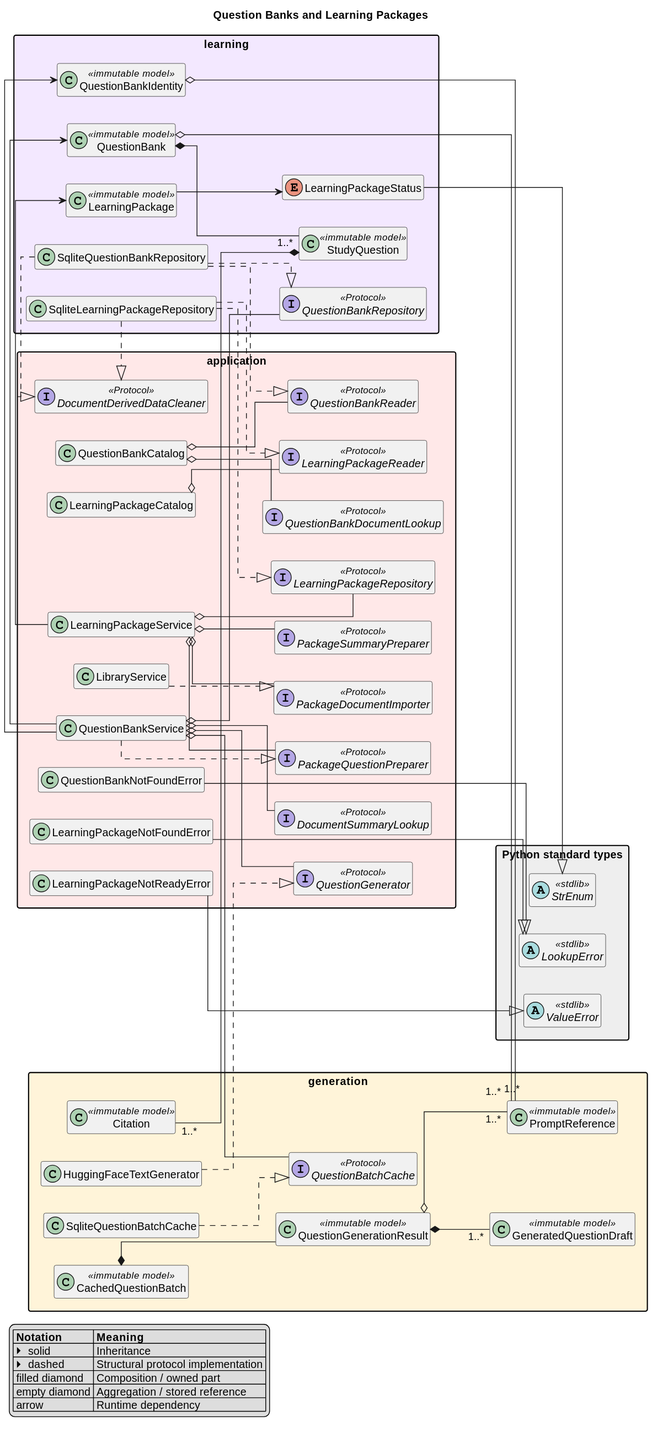
The PlantUML diagram docs/diagrams/question-banks-packages.svg in ebe542/rag-learning-assistant, before a commit.
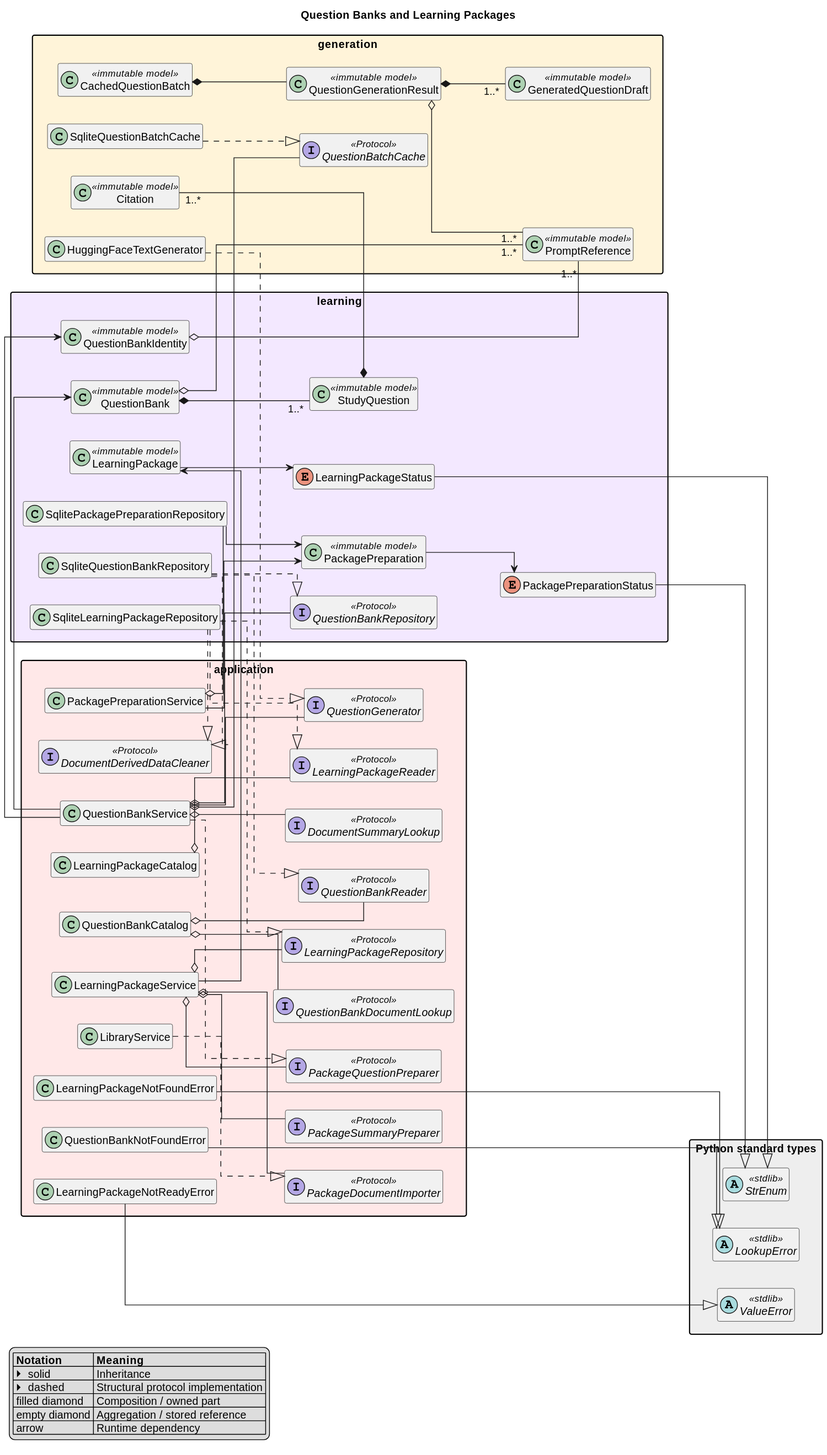
The same diagram one commit later.

The edit, as a diff of the source:
```diff
@@ -25,9 +25,12 @@
   class QuestionBankIdentity <<immutable model>>
   enum LearningPackageStatus
   class LearningPackage <<immutable model>>
+  enum PackagePreparationStatus
+  class PackagePreparation <<immutable model>>
   interface QuestionBankRepository <<Protocol>>
   class SqliteQuestionBankRepository
   class SqliteLearningPackageRepository
+  class SqlitePackagePreparationRepository
 }
 package "application" #FFE8E8 {
   interface DocumentSummaryLookup <<Protocol>>
@@ -44,6 +47,7 @@
   class QuestionBankService
   class LearningPackageCatalog
   class LearningPackageService
+  class PackagePreparationService
   class LibraryService
   class QuestionBankNotFoundError
   class LearningPackageNotFoundError
@@ -72,6 +76,10 @@
 QuestionBankService --> QuestionBank
 QuestionBankService ..|> PackageQuestionPreparer
 LearningPackage --> LearningPackageStatus
+PackagePreparation --> PackagePreparationStatus
+SqlitePackagePreparationRepository --> PackagePreparation
+PackagePreparationService o-- SqlitePackagePreparationRepository
+PackagePreparationService --> PackagePreparation
 SqliteLearningPackageRepository ..|> LearningPackageRepository
 SqliteLearningPackageRepository ..|> LearningPackageReader
 SqliteLearningPackageRepository ..|> DocumentDerivedDataCleaner
@@ -83,6 +91,7 @@
 LearningPackageService --> LearningPackage
 LibraryService ..|> PackageDocumentImporter
 LearningPackageStatus --|> StrEnum
+PackagePreparationStatus --|> StrEnum
 QuestionBankNotFoundError --|> LookupError
 LearningPackageNotFoundError --|> LookupError
 LearningPackageNotReadyError --|> ValueError
```
